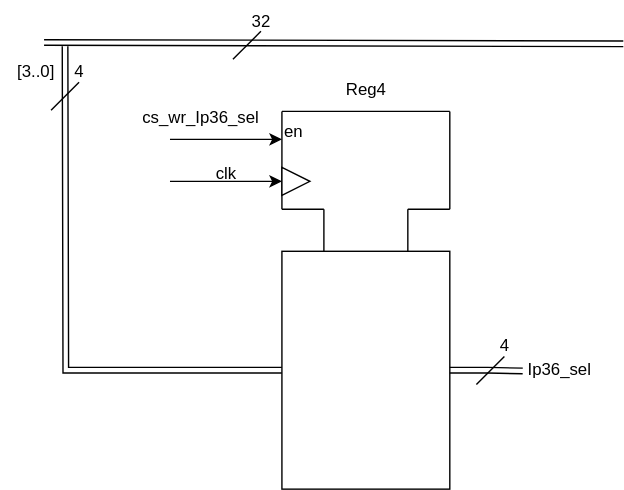
The draw.io diagram imgs/interface_avalon-wr_sel.svg in UBehrmann/ARE_labo3, before a commit. Source tidied: cells renumbered, new cells last; positions are measured from the earlier drawing's top-left corner, leaving out a move shared by most shapes.
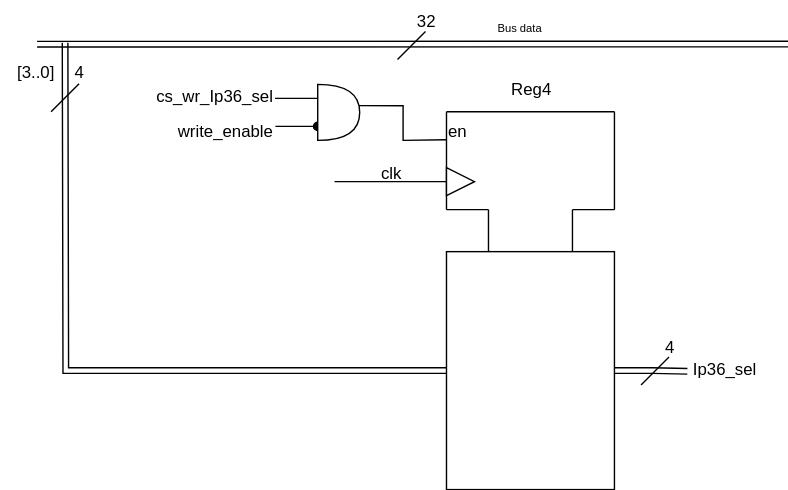
The same file after the commit.

Diff of the diagram source:
```diff
@@ -4,7 +4,7 @@
     <mxCell id="1" parent="0" />
     <mxCell id="2" style="edgeStyle=orthogonalEdgeStyle;rounded=0;jettySize=auto;html=1;exitX=0;exitY=0.5;exitDx=0;exitDy=0;shape=link;fontColor=#000000;" parent="1" edge="1" source="3">
       <mxGeometry relative="1" as="geometry">
-        <mxPoint x="46" y="32.5" as="targetPoint" />
+        <mxPoint x="-71.5" y="29.8" as="targetPoint" />
       </mxGeometry>
     </mxCell>
     <mxCell id="3" style="rounded=0;whiteSpace=wrap;html=1;fontColor=#000000;" parent="1" vertex="1">
@@ -50,16 +50,15 @@
         <mxPoint x="321" y="149" as="targetPoint" />
       </mxGeometry>
     </mxCell>
-    <mxCell id="11" style="endArrow=classic;html=1;rounded=0;fontColor=#000000;" parent="1" edge="1">
+    <mxCell id="11" style="endArrow=none;html=1;rounded=0;fontColor=#000000;exitX=0.964;exitY=0.38;exitDx=0;exitDy=0;exitPerimeter=0;edgeStyle=orthogonalEdgeStyle;endFill=0;" parent="1" edge="1" source="31">
       <mxGeometry relative="1" as="geometry">
-        <mxPoint x="121" y="99" as="sourcePoint" />
         <mxPoint x="201" y="99" as="targetPoint" />
       </mxGeometry>
     </mxCell>
     <mxCell id="12" value="en" style="text;html=1;align=left;verticalAlign=middle;strokeColor=none;fillColor=none;fontColor=#000000;" parent="1" vertex="1">
       <mxGeometry x="201" y="79" width="40" height="30" as="geometry" />
     </mxCell>
-    <mxCell id="13" style="endArrow=classic;html=1;rounded=0;fontColor=#000000;" parent="1" edge="1">
+    <mxCell id="13" style="endArrow=none;html=1;rounded=0;fontColor=#000000;endFill=0;" parent="1" edge="1">
       <mxGeometry relative="1" as="geometry">
         <mxPoint x="121" y="129" as="sourcePoint" />
         <mxPoint x="201" y="129" as="targetPoint" />
@@ -75,7 +74,7 @@
       <mxGeometry x="236" y="49" width="50" height="30" as="geometry" />
     </mxCell>
     <mxCell id="17" value="&lt;span style=&quot;text-align: left;&quot;&gt;cs_wr_Ip36_sel&lt;/span&gt;" style="text;html=1;align=right;verticalAlign=middle;strokeColor=none;fillColor=none;fontColor=#000000;" parent="1" vertex="1">
-      <mxGeometry x="76" y="69" width="110" height="30" as="geometry" />
+      <mxGeometry x="-31.5" y="54" width="110" height="30" as="geometry" />
     </mxCell>
     <mxCell id="18" value="Ip36_sel" style="text;html=1;align=left;verticalAlign=middle;points=[];strokeColor=none;fillColor=none;fontColor=#000000;" parent="1" vertex="1">
       <mxGeometry x="375" y="249" width="70" height="30" as="geometry" />
@@ -94,30 +93,47 @@
     </mxCell>
     <mxCell id="22" style="endArrow=none;html=1;rounded=0;fontColor=#000000;" parent="1" edge="1">
       <mxGeometry relative="1" as="geometry">
-        <mxPoint x="36" y="78.2" as="sourcePoint" />
-        <mxPoint x="56" y="58.2" as="targetPoint" />
+        <mxPoint x="-81.5" y="79" as="sourcePoint" />
+        <mxPoint x="-61.5" y="59" as="targetPoint" />
       </mxGeometry>
     </mxCell>
     <mxCell id="23" value="4" style="text;html=1;align=center;verticalAlign=middle;strokeColor=none;fillColor=none;fontColor=#000000;" parent="1" vertex="1">
-      <mxGeometry x="41" y="36.2" width="30" height="30" as="geometry" />
+      <mxGeometry x="-76.5" y="37" width="30" height="30" as="geometry" />
     </mxCell>
     <mxCell id="24" value="[3..0]" style="text;html=1;align=center;verticalAlign=middle;strokeColor=none;fillColor=none;fontColor=#000000;" parent="1" vertex="1">
-      <mxGeometry y="36.2" width="50" height="30" as="geometry" />
+      <mxGeometry x="-117.5" y="37" width="50" height="30" as="geometry" />
     </mxCell>
     <mxCell id="25" style="endArrow=none;html=1;rounded=0;fontColor=#000000;" parent="1" edge="1">
       <mxGeometry relative="1" as="geometry">
-        <mxPoint x="340" y="274.2" as="sourcePoint" />
-        <mxPoint x="360" y="254.2" as="targetPoint" />
+        <mxPoint x="340" y="274.3" as="sourcePoint" />
+        <mxPoint x="360" y="254.3" as="targetPoint" />
       </mxGeometry>
     </mxCell>
     <mxCell id="26" value="4" style="text;html=1;align=center;verticalAlign=middle;strokeColor=none;fillColor=none;fontColor=#000000;" parent="1" vertex="1">
-      <mxGeometry x="345" y="232.2" width="30" height="30" as="geometry" />
+      <mxGeometry x="345" y="232.3" width="30" height="30" as="geometry" />
     </mxCell>
     <mxCell id="27" style="shape=link;endArrow=classic;html=1;rounded=0;fontColor=#000000;" parent="1" edge="1">
       <mxGeometry relative="1" as="geometry">
-        <mxPoint x="31" y="29.8" as="sourcePoint" />
-        <mxPoint x="445" y="30.7" as="targetPoint" />
+        <mxPoint x="-91.5" y="30.8" as="sourcePoint" />
+        <mxPoint x="445" y="30.8" as="targetPoint" />
       </mxGeometry>
     </mxCell>
+    <mxCell id="28" value="Bus data" style="text;html=1;align=right;verticalAlign=middle;strokeColor=none;fillColor=none;fontSize=8;fontColor=#000000;" parent="1" vertex="1">
+      <mxGeometry x="210" y="9.8" width="60" height="20" as="geometry" />
+    </mxCell>
+    <mxCell id="29" value="write_enable" style="text;html=1;align=right;verticalAlign=middle;points=[];strokeColor=none;fillColor=none;fontColor=#000000;" parent="1" vertex="1">
+      <mxGeometry x="-11.5" y="79" width="90" height="30" as="geometry" />
+    </mxCell>
+    <mxCell id="30" style="edgeStyle=orthogonalEdgeStyle;rounded=0;jettySize=auto;html=1;exitX=0;exitY=0.75;exitDx=0;exitDy=0;exitPerimeter=0;endArrow=none;endFill=0;startArrow=oval;startFill=1;entryX=1.003;entryY=0.35;entryDx=0;entryDy=0;entryPerimeter=0;" parent="1" edge="1" source="31" target="29">
+      <mxGeometry relative="1" as="geometry" />
+    </mxCell>
+    <mxCell id="31" style="shape=or;whiteSpace=wrap;html=1;" parent="1" vertex="1">
+      <mxGeometry x="109" y="59.5" width="30" height="40" as="geometry" />
+    </mxCell>
+    <mxCell id="32" style="edgeStyle=orthogonalEdgeStyle;rounded=0;jettySize=auto;html=1;exitX=0;exitY=0.25;exitDx=0;exitDy=0;exitPerimeter=0;entryX=1.004;entryY=0.669;entryDx=0;entryDy=0;entryPerimeter=0;endArrow=none;endFill=0;" parent="1" edge="1" source="31">
+      <mxGeometry relative="1" as="geometry">
+        <mxPoint x="78.5" y="69" as="targetPoint" />
+      </mxGeometry>
+    </mxCell>
   </root>
 </mxGraphModel>
```
